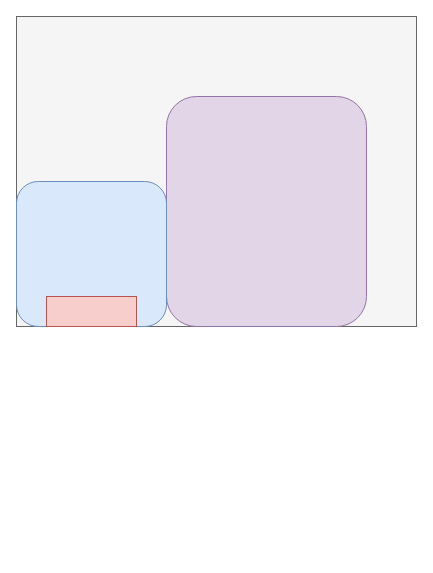
Before: testaaaa.drawio in allendang001/charts, a draw.io diagram. Source tidied: cells renumbered, new cells numbered last; positions are measured from the earlier drawing's top-left corner, leaving out a move shared by most shapes. Both pictures are drawn from the tidied source at 100%, with x=0, y=0 at pixel (16, 16).
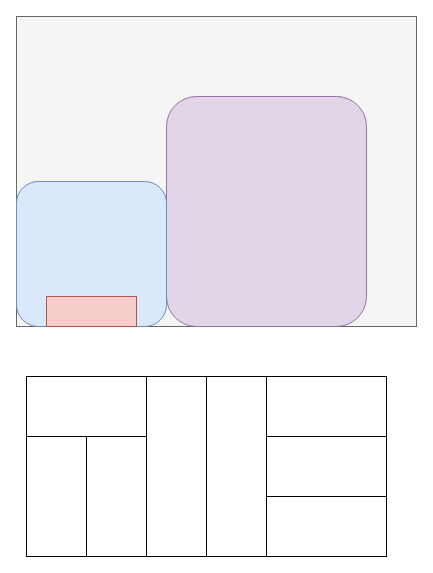
The same page after the edit.

What changed in the source:
```diff
@@
 <mxGraphModel>
   <root>
     <mxCell id="0" />
     <mxCell id="1" parent="0" />
     <mxCell id="2" style="rounded=0;whiteSpace=wrap;html=1;fillColor=#f5f5f5;fontColor=#333333;strokeColor=#666666;" parent="1" vertex="1">
       <mxGeometry width="400" height="310" as="geometry" />
     </mxCell>
     <mxCell id="3" style="rounded=1;whiteSpace=wrap;html=1;fillColor=#e1d5e7;strokeColor=#9673a6;" parent="1" vertex="1">
       <mxGeometry x="150" y="80" width="200" height="230" as="geometry" />
     </mxCell>
     <mxCell id="4" style="rounded=1;whiteSpace=wrap;html=1;fillColor=#dae8fc;strokeColor=#6c8ebf;" parent="1" vertex="1">
       <mxGeometry y="165" width="150" height="145" as="geometry" />
     </mxCell>
     <mxCell id="5" style="rounded=0;whiteSpace=wrap;html=1;fillColor=#f8cecc;strokeColor=#b85450;" parent="1" vertex="1">
       <mxGeometry x="30" y="280" width="90" height="30" as="geometry" />
     </mxCell>
+    <mxCell id="6" style="rounded=0;whiteSpace=wrap;html=1;" parent="1" vertex="1">
+      <mxGeometry x="10" y="360" width="120" height="60" as="geometry" />
+    </mxCell>
+    <mxCell id="7" style="rounded=0;whiteSpace=wrap;html=1;" parent="1" vertex="1">
+      <mxGeometry x="130" y="360" width="60" height="180" as="geometry" />
+    </mxCell>
+    <mxCell id="8" style="rounded=0;whiteSpace=wrap;html=1;" parent="1" vertex="1">
+      <mxGeometry x="250" y="360" width="120" height="60" as="geometry" />
+    </mxCell>
+    <mxCell id="9" style="rounded=0;whiteSpace=wrap;html=1;" parent="1" vertex="1">
+      <mxGeometry x="250" y="420" width="120" height="60" as="geometry" />
+    </mxCell>
+    <mxCell id="10" style="rounded=0;whiteSpace=wrap;html=1;" parent="1" vertex="1">
+      <mxGeometry x="250" y="480" width="120" height="60" as="geometry" />
+    </mxCell>
+    <mxCell id="11" style="rounded=0;whiteSpace=wrap;html=1;" parent="1" vertex="1">
+      <mxGeometry x="10" y="420" width="60" height="120" as="geometry" />
+    </mxCell>
+    <mxCell id="12" style="rounded=0;whiteSpace=wrap;html=1;" parent="1" vertex="1">
+      <mxGeometry x="70" y="420" width="60" height="120" as="geometry" />
+    </mxCell>
+    <mxCell id="13" style="rounded=0;whiteSpace=wrap;html=1;" parent="1" vertex="1">
+      <mxGeometry x="190" y="360" width="60" height="180" as="geometry" />
+    </mxCell>
   </root>
 </mxGraphModel>
```
